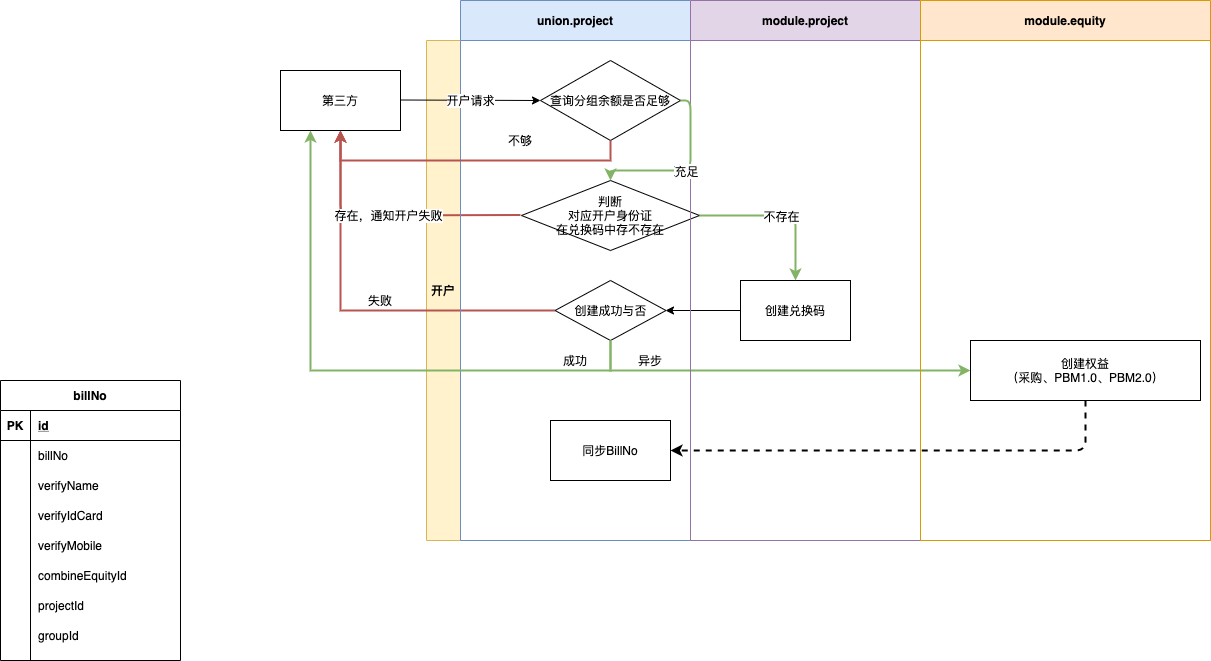
Earlier version of the draw.io export TPA.png (zuoqiang320/uniondrug). Source tidied: cells renumbered, new cells last; positions are measured from the earlier drawing's top-left corner, leaving out a move shared by most shapes.
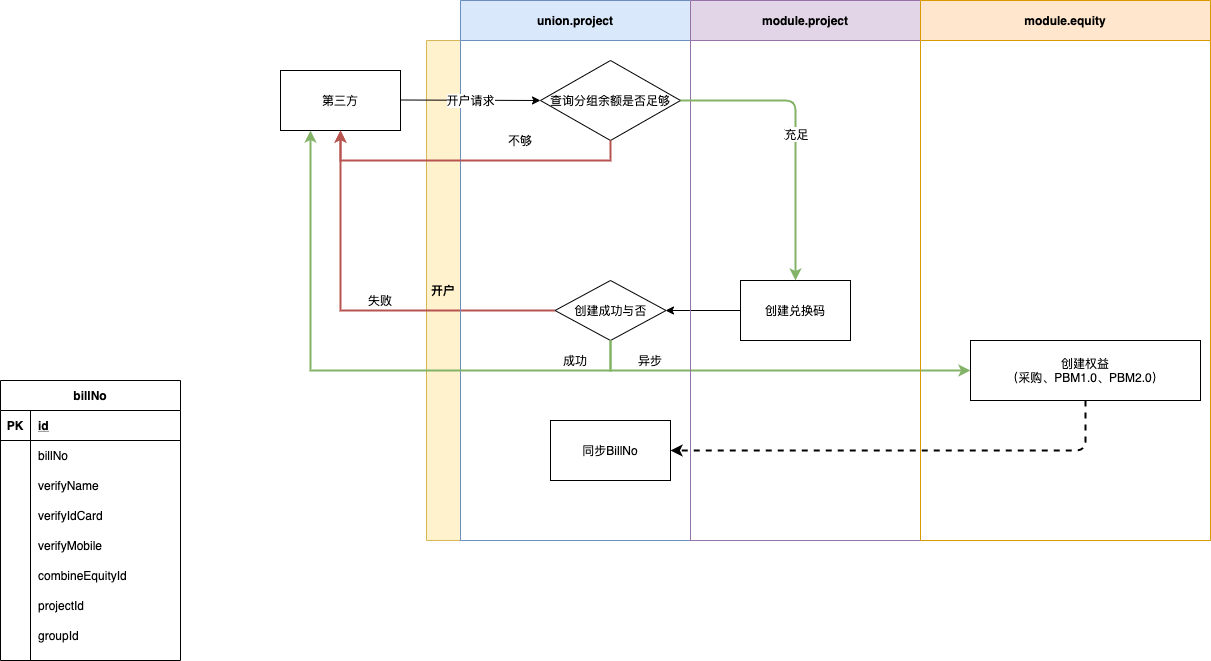
Above is the later version.

What changed in the source:
```diff
@@ -36,30 +36,6 @@
     <mxCell id="11" value="创建权益&lt;br&gt;（采购、PBM1.0、PBM2.0）" style="rounded=0;whiteSpace=wrap;html=1;" parent="2" vertex="1">
       <mxGeometry x="544" y="300" width="230" height="60" as="geometry" />
     </mxCell>
-    <mxCell id="12" value="判断&lt;br&gt;对应开户身份证&lt;br&gt;在兑换码中存不存在" style="rhombus;whiteSpace=wrap;html=1;startSize=34;" parent="2" vertex="1">
-      <mxGeometry x="95" y="140" width="178" height="70" as="geometry" />
-    </mxCell>
-    <mxCell id="13" style="endArrow=classic;html=1;entryX=0.5;entryY=1;entryDx=0;entryDy=0;fillColor=#f8cecc;strokeColor=#b85450;strokeWidth=2;" parent="2" edge="1" target="24">
-      <mxGeometry relative="1" as="geometry">
-        <mxPoint x="94" y="174.5" as="sourcePoint" />
-        <Array as="points">
-          <mxPoint x="-86" y="175" />
-        </Array>
-      </mxGeometry>
-    </mxCell>
-    <mxCell id="14" value="存在，通知开户失败" style="edgeLabel;html=1;align=center;verticalAlign=middle;" parent="13" vertex="1">
-      <mxGeometry relative="1" as="geometry" />
-    </mxCell>
-    <mxCell id="15" style="endArrow=classic;html=1;exitX=1;exitY=0.5;exitDx=0;exitDy=0;entryX=0.5;entryY=0;entryDx=0;entryDy=0;fillColor=#d5e8d4;strokeColor=#82b366;strokeWidth=2;" parent="2" edge="1" source="12" target="10">
-      <mxGeometry relative="1" as="geometry">
-        <Array as="points">
-          <mxPoint x="369" y="175" />
-        </Array>
-      </mxGeometry>
-    </mxCell>
-    <mxCell id="16" value="不存在" style="edgeLabel;html=1;align=center;verticalAlign=middle;" parent="15" vertex="1">
-      <mxGeometry relative="1" as="geometry" />
-    </mxCell>
     <mxCell id="17" value="union.project" style="swimlane;startSize=40;fillColor=#dae8fc;strokeColor=#6c8ebf;" parent="1" vertex="1">
       <mxGeometry x="460" width="230" height="540" as="geometry" />
     </mxCell>
@@ -100,12 +76,10 @@
         </Array>
       </mxGeometry>
     </mxCell>
-    <mxCell id="28" value="充足" style="endArrow=classic;html=1;exitX=1;exitY=0.5;exitDx=0;exitDy=0;entryX=0.5;entryY=0;entryDx=0;entryDy=0;fillColor=#d5e8d4;strokeColor=#82b366;strokeWidth=2;edgeStyle=orthogonalEdgeStyle;" parent="1" edge="1" source="22" target="12">
+    <mxCell id="28" value="充足" style="endArrow=classic;html=1;exitX=1;exitY=0.5;exitDx=0;exitDy=0;fillColor=#d5e8d4;strokeColor=#82b366;strokeWidth=2;edgeStyle=orthogonalEdgeStyle;entryX=0.5;entryY=0;entryDx=0;entryDy=0;" parent="1" edge="1" source="22" target="10">
       <mxGeometry relative="1" as="geometry">
         <Array as="points">
-          <mxPoint x="690" y="100" />
-          <mxPoint x="690" y="170" />
-          <mxPoint x="610" y="170" />
+          <mxPoint x="795" y="100" />
         </Array>
       </mxGeometry>
     </mxCell>
```
